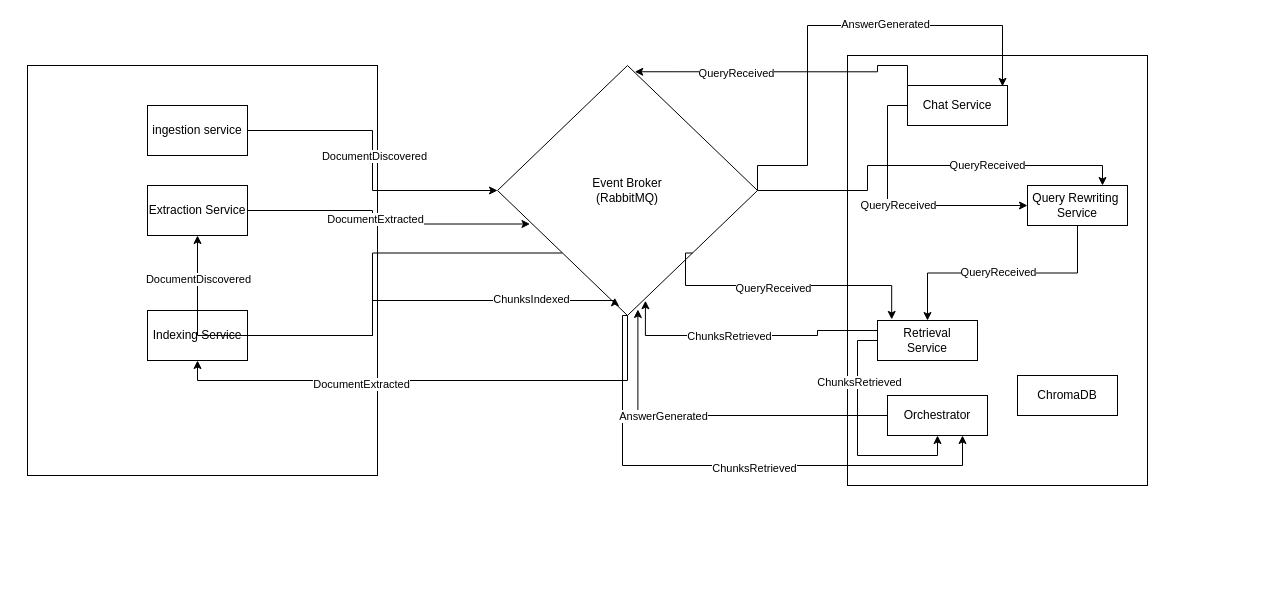
Earlier version of the draw.io diagram docs/events/Event Flow Diagram.drawio (DominykasPivo/MARP-Guide-RAG-Chatbot). Source tidied: cells renumbered, new cells numbered last; positions are measured from the earlier drawing's top-left corner, leaving out a move shared by most shapes. Both pictures are drawn from the tidied source at 100%, with x=0, y=0 at pixel (27, 25).
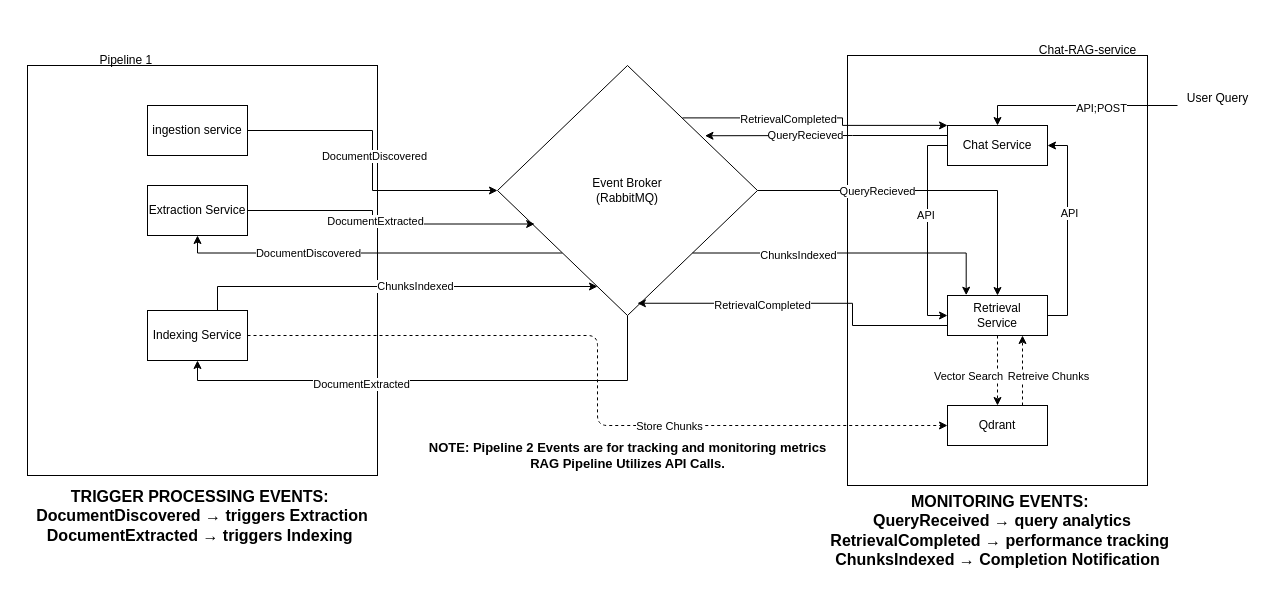
The same diagram, later.

The change refers to these unchanged cells:
```xml
<mxCell id="7" value="Extraction Service" style="rounded=0;whiteSpace=wrap;html=1;" parent="1" vertex="1">
  <mxGeometry x="120" y="160" width="100" height="50" as="geometry" />
</mxCell>
<mxCell id="8" value="Indexing Service" style="rounded=0;whiteSpace=wrap;html=1;" parent="1" vertex="1">
  <mxGeometry x="120" y="285" width="100" height="50" as="geometry" />
</mxCell>
<mxCell id="17" value="Event Broker&lt;br&gt;(RabbitMQ)" style="rhombus;whiteSpace=wrap;html=1;" parent="1" vertex="1">
  <mxGeometry x="470" y="40" width="260" height="250" as="geometry" />
</mxCell>
```

Change to the diagram source:
```diff
@@
+    <mxCell id="43" style="edgeStyle=orthogonalEdgeStyle;rounded=1;jettySize=auto;html=1;exitX=1;exitY=0.5;exitDx=0;exitDy=0;entryX=0;entryY=0.5;entryDx=0;entryDy=0;curved=0;dashed=1;" parent="1" edge="1" source="8" target="62">
+      <mxGeometry relative="1" as="geometry" />
+    </mxCell>
+    <mxCell id="44" value="Store Chunks" style="edgeLabel;html=1;align=center;verticalAlign=middle;" parent="43" vertex="1">
+      <mxGeometry x="0.63" y="-1" relative="1" as="geometry">
+        <mxPoint x="-133" y="-1" as="offset" />
+      </mxGeometry>
+    </mxCell>
@@
     <mxCell id="9" style="edgeStyle=orthogonalEdgeStyle;rounded=0;jettySize=auto;html=1;exitX=0;exitY=1;exitDx=0;exitDy=0;entryX=0.5;entryY=1;entryDx=0;entryDy=0;" parent="1" edge="1" source="17" target="7">
-      <mxGeometry relative="1" as="geometry" />
+      <mxGeometry relative="1" as="geometry">
+        <Array as="points">
+          <mxPoint x="170" y="228" />
+        </Array>
+      </mxGeometry>
     </mxCell>
     <mxCell id="10" value="DocumentDiscovered" style="edgeLabel;html=1;align=center;verticalAlign=middle;" parent="9" vertex="1">
-      <mxGeometry x="0.84" relative="1" as="geometry" />
+      <mxGeometry x="0.84" relative="1" as="geometry">
+        <mxPoint x="97" as="offset" />
+      </mxGeometry>
     </mxCell>
@@
-    <mxCell id="13" style="edgeStyle=orthogonalEdgeStyle;rounded=0;jettySize=auto;html=1;entryX=0.75;entryY=0;entryDx=0;entryDy=0;" parent="1" edge="1" source="17" target="28">
-      <mxGeometry relative="1" as="geometry">
-        <Array as="points">
-          <mxPoint x="840" y="165" />
-          <mxPoint x="840" y="140" />
-          <mxPoint x="1075" y="140" />
-        </Array>
-      </mxGeometry>
-    </mxCell>
-    <mxCell id="14" value="QueryReceived" style="edgeLabel;html=1;align=center;verticalAlign=middle;" parent="13" vertex="1">
-      <mxGeometry x="0.3" y="1" relative="1" as="geometry" />
-    </mxCell>
-    <mxCell id="15" style="edgeStyle=orthogonalEdgeStyle;rounded=0;jettySize=auto;html=1;exitX=0.5;exitY=1;exitDx=0;exitDy=0;entryX=0.75;entryY=1;entryDx=0;entryDy=0;" parent="1" edge="1" source="17" target="32">
-      <mxGeometry relative="1" as="geometry">
-        <Array as="points">
-          <mxPoint x="595" y="440" />
-          <mxPoint x="935" y="440" />
-        </Array>
-      </mxGeometry>
-    </mxCell>
-    <mxCell id="16" value="ChunksRetrieved" style="edgeLabel;html=1;align=center;verticalAlign=middle;" parent="15" vertex="1">
-      <mxGeometry x="0.09" y="-2" relative="1" as="geometry" />
-    </mxCell>
+    <mxCell id="45" style="edgeStyle=orthogonalEdgeStyle;rounded=0;jettySize=auto;html=1;exitX=1;exitY=0.5;exitDx=0;exitDy=0;entryX=0.5;entryY=0;entryDx=0;entryDy=0;" parent="1" edge="1" source="17" target="31">
+      <mxGeometry relative="1" as="geometry" />
+    </mxCell>
+    <mxCell id="46" value="QueryRecieved" style="edgeLabel;html=1;align=center;verticalAlign=middle;" parent="45" vertex="1">
+      <mxGeometry x="-0.31" relative="1" as="geometry" />
+    </mxCell>
@@
-    <mxCell id="18" style="edgeStyle=orthogonalEdgeStyle;rounded=0;jettySize=auto;html=1;exitX=1;exitY=0.5;exitDx=0;exitDy=0;entryX=0.125;entryY=0.634;entryDx=0;entryDy=0;entryPerimeter=0;" parent="1" edge="1" source="7" target="17">
+    <mxCell id="18" style="edgeStyle=orthogonalEdgeStyle;rounded=0;jettySize=auto;html=1;exitX=1;exitY=0.5;exitDx=0;exitDy=0;entryX=0.143;entryY=0.634;entryDx=0;entryDy=0;entryPerimeter=0;" parent="1" edge="1" source="7" target="17">
       <mxGeometry relative="1" as="geometry" />
     </mxCell>
@@
-    <mxCell id="20" style="edgeStyle=orthogonalEdgeStyle;rounded=0;jettySize=auto;html=1;entryX=0.451;entryY=0.929;entryDx=0;entryDy=0;entryPerimeter=0;" parent="1" edge="1" source="8" target="17">
-      <mxGeometry relative="1" as="geometry">
-        <Array as="points">
-          <mxPoint x="345" y="310" />
-          <mxPoint x="345" y="275" />
-          <mxPoint x="587" y="275" />
-        </Array>
-      </mxGeometry>
-    </mxCell>
-    <mxCell id="21" value="ChunksIndexed" style="edgeLabel;html=1;align=center;verticalAlign=middle;" parent="20" vertex="1">
-      <mxGeometry x="0.57" y="2" relative="1" as="geometry" />
-    </mxCell>
-    <mxCell id="22" value="ChromaDB" style="rounded=0;whiteSpace=wrap;html=1;" parent="1" vertex="1">
-      <mxGeometry x="990" y="350" width="100" height="40" as="geometry" />
-    </mxCell>
-    <mxCell id="23" style="edgeStyle=orthogonalEdgeStyle;rounded=0;jettySize=auto;html=1;exitX=0;exitY=0.5;exitDx=0;exitDy=0;entryX=0;entryY=0.5;entryDx=0;entryDy=0;" parent="1" edge="1" source="25" target="28">
-      <mxGeometry relative="1" as="geometry" />
-    </mxCell>
-    <mxCell id="24" value="QueryReceived" style="edgeLabel;html=1;align=center;verticalAlign=middle;" parent="23" vertex="1">
-      <mxGeometry y="1" relative="1" as="geometry" />
-    </mxCell>
+    <mxCell id="47" style="edgeStyle=orthogonalEdgeStyle;rounded=0;jettySize=auto;html=1;exitX=0;exitY=0.5;exitDx=0;exitDy=0;entryX=0;entryY=0.5;entryDx=0;entryDy=0;" parent="1" edge="1" source="25" target="31">
+      <mxGeometry relative="1" as="geometry" />
+    </mxCell>
+    <mxCell id="48" value="API&amp;nbsp;" style="edgeLabel;html=1;align=center;verticalAlign=middle;" parent="47" vertex="1">
+      <mxGeometry x="-0.15" y="-1" relative="1" as="geometry" />
+    </mxCell>
     <mxCell id="25" value="Chat Service" style="rounded=0;whiteSpace=wrap;html=1;" parent="1" vertex="1">
-      <mxGeometry x="880" y="60" width="100" height="40" as="geometry" />
+      <mxGeometry x="920" y="100" width="100" height="40" as="geometry" />
     </mxCell>
-    <mxCell id="26" style="edgeStyle=orthogonalEdgeStyle;rounded=0;jettySize=auto;html=1;exitX=0.5;exitY=1;exitDx=0;exitDy=0;" parent="1" edge="1" source="28" target="31">
-      <mxGeometry relative="1" as="geometry" />
-    </mxCell>
-    <mxCell id="27" value="QueryReceived" style="edgeLabel;html=1;align=center;verticalAlign=middle;" parent="26" vertex="1">
-      <mxGeometry x="0.04" relative="1" as="geometry">
-        <mxPoint y="-1" as="offset" />
-      </mxGeometry>
-    </mxCell>
-    <mxCell id="28" value="Query Rewriting&amp;nbsp;&lt;br&gt;Service" style="rounded=0;whiteSpace=wrap;html=1;" parent="1" vertex="1">
-      <mxGeometry x="1000" y="160" width="100" height="40" as="geometry" />
-    </mxCell>
-    <mxCell id="29" style="edgeStyle=orthogonalEdgeStyle;rounded=0;jettySize=auto;html=1;exitX=0;exitY=0.5;exitDx=0;exitDy=0;entryX=0.5;entryY=1;entryDx=0;entryDy=0;" parent="1" edge="1" source="31" target="32">
-      <mxGeometry relative="1" as="geometry" />
-    </mxCell>
-    <mxCell id="30" value="ChunksRetrieved" style="edgeLabel;html=1;align=center;verticalAlign=middle;" parent="29" vertex="1">
-      <mxGeometry x="-0.29" y="1" relative="1" as="geometry">
-        <mxPoint y="-22" as="offset" />
-      </mxGeometry>
-    </mxCell>
+    <mxCell id="49" style="edgeStyle=orthogonalEdgeStyle;rounded=0;jettySize=auto;html=1;exitX=1;exitY=0.5;exitDx=0;exitDy=0;entryX=1;entryY=0.5;entryDx=0;entryDy=0;" parent="1" edge="1" source="31" target="25">
+      <mxGeometry relative="1" as="geometry" />
+    </mxCell>
+    <mxCell id="50" value="API" style="edgeLabel;html=1;align=center;verticalAlign=middle;" parent="49" vertex="1">
+      <mxGeometry x="0.17" y="-1" relative="1" as="geometry" />
+    </mxCell>
+    <mxCell id="51" style="edgeStyle=orthogonalEdgeStyle;rounded=0;jettySize=auto;html=1;dashed=1;" parent="1" edge="1" source="31" target="62">
+      <mxGeometry relative="1" as="geometry" />
+    </mxCell>
+    <mxCell id="52" value="Vector Search" style="edgeLabel;html=1;align=center;verticalAlign=middle;" parent="51" vertex="1">
+      <mxGeometry x="-0.21" relative="1" as="geometry">
+        <mxPoint x="-30" y="12" as="offset" />
+      </mxGeometry>
+    </mxCell>
     <mxCell id="31" value="Retrieval&lt;br&gt;Service" style="rounded=0;whiteSpace=wrap;html=1;" parent="1" vertex="1">
-      <mxGeometry x="850" y="295" width="100" height="40" as="geometry" />
+      <mxGeometry x="920" y="270" width="100" height="40" as="geometry" />
     </mxCell>
-    <mxCell id="32" value="Orchestrator" style="rounded=0;whiteSpace=wrap;html=1;" parent="1" vertex="1">
-      <mxGeometry x="860" y="370" width="100" height="40" as="geometry" />
-    </mxCell>
+    <mxCell id="53" value="Pipeline 1&amp;nbsp;" style="text;html=1;align=center;verticalAlign=middle;strokeColor=none;fillColor=none;" parent="1" vertex="1">
+      <mxGeometry x="60" y="20" width="80" height="30" as="geometry" />
+    </mxCell>
+    <mxCell id="54" value="Chat-RAG-service" style="text;html=1;align=center;verticalAlign=middle;strokeColor=none;fillColor=none;" parent="1" vertex="1">
+      <mxGeometry x="1000" y="10" width="120" height="30" as="geometry" />
+    </mxCell>
+    <mxCell id="55" style="edgeStyle=orthogonalEdgeStyle;rounded=0;jettySize=auto;html=1;exitX=1;exitY=0;exitDx=0;exitDy=0;" parent="1" edge="1" source="8">
+      <mxGeometry relative="1" as="geometry">
+        <mxPoint x="570" y="261" as="targetPoint" />
+        <Array as="points">
+          <mxPoint x="190" y="285" />
+          <mxPoint x="190" y="261" />
+        </Array>
+      </mxGeometry>
+    </mxCell>
+    <mxCell id="56" value="ChunksIndexed" style="edgeLabel;html=1;align=center;verticalAlign=middle;" parent="55" vertex="1">
+      <mxGeometry x="0.17" y="-4" relative="1" as="geometry">
+        <mxPoint x="-3" y="-5" as="offset" />
+      </mxGeometry>
+    </mxCell>
+    <mxCell id="57" style="edgeStyle=orthogonalEdgeStyle;rounded=0;jettySize=auto;html=1;entryX=0.5;entryY=0;entryDx=0;entryDy=0;" parent="1" edge="1" source="59" target="25">
+      <mxGeometry relative="1" as="geometry" />
+    </mxCell>
+    <mxCell id="58" value="API;POST" style="edgeLabel;html=1;align=center;verticalAlign=middle;" parent="57" vertex="1">
+      <mxGeometry x="-0.23" y="2" relative="1" as="geometry" />
+    </mxCell>
+    <mxCell id="59" value="User Query&lt;div&gt;&lt;br&gt;&lt;/div&gt;" style="text;html=1;align=center;verticalAlign=middle;points=[];strokeColor=none;fillColor=none;" parent="1" vertex="1">
+      <mxGeometry x="1150" y="60" width="80" height="40" as="geometry" />
+    </mxCell>
+    <mxCell id="60" style="edgeStyle=orthogonalEdgeStyle;rounded=0;jettySize=auto;html=1;exitX=0.75;exitY=0;exitDx=0;exitDy=0;entryX=0.75;entryY=1;entryDx=0;entryDy=0;dashed=1;" parent="1" edge="1" source="62" target="31">
+      <mxGeometry relative="1" as="geometry" />
+    </mxCell>
+    <mxCell id="61" value="Retreive Chunks" style="edgeLabel;html=1;align=center;verticalAlign=middle;" parent="60" vertex="1">
+      <mxGeometry x="0.07" y="-2" relative="1" as="geometry">
+        <mxPoint x="23" y="7" as="offset" />
+      </mxGeometry>
+    </mxCell>
+    <mxCell id="62" value="Qdrant" style="rounded=0;whiteSpace=wrap;html=1;" parent="1" vertex="1">
+      <mxGeometry x="920" y="380" width="100" height="40" as="geometry" />
+    </mxCell>
+    <mxCell id="63" value="&lt;font style=&quot;font-size: 13px;&quot;&gt;&lt;b style=&quot;&quot;&gt;NOTE: Pipeline 2 Events are for tracking and monitoring metrics&lt;br&gt;RAG Pipeline Utilizes API Calls.&lt;/b&gt;&lt;/font&gt;" style="text;html=1;align=center;verticalAlign=middle;strokeColor=none;fillColor=none;" parent="1" vertex="1">
+      <mxGeometry x="390" y="410" width="420" height="40" as="geometry" />
+    </mxCell>
+    <mxCell id="64" value="&lt;b&gt;&lt;font style=&quot;font-size: 16px;&quot;&gt;&amp;nbsp;MONITORING EVENTS:&lt;/font&gt;&lt;/b&gt;&lt;div&gt;&lt;b&gt;&lt;font style=&quot;font-size: 16px;&quot;&gt;&amp;nbsp; QueryReceived → query analytics&lt;/font&gt;&lt;/b&gt;&lt;/div&gt;&lt;div&gt;&lt;b style=&quot;background-color: transparent; color: light-dark(rgb(0, 0, 0), rgb(255, 255, 255));&quot;&gt;&lt;font style=&quot;font-size: 16px;&quot;&gt;&amp;nbsp;RetrievalCompleted → performance tracking&lt;/font&gt;&lt;/b&gt;&lt;/div&gt;&lt;div&gt;&lt;b&gt;&lt;font style=&quot;font-size: 16px;&quot;&gt;ChunksIndexed → Completion Notification&lt;/font&gt;&lt;/b&gt;&lt;/div&gt;" style="text;html=1;align=center;verticalAlign=middle;strokeColor=none;fillColor=none;" parent="1" vertex="1">
+      <mxGeometry x="785" y="460" width="370" height="90" as="geometry" />
+    </mxCell>
+    <mxCell id="65" value="&lt;b&gt;&lt;font style=&quot;font-size: 16px;&quot;&gt;&amp;nbsp;TRIGGER PROCESSING EVENTS:&lt;/font&gt;&lt;/b&gt;&lt;div&gt;&lt;b&gt;&lt;font style=&quot;font-size: 16px;&quot;&gt;&amp;nbsp; DocumentDiscovered → triggers Extraction&lt;/font&gt;&lt;/b&gt;&lt;/div&gt;&lt;div&gt;&lt;b&gt;&lt;font style=&quot;font-size: 16px;&quot;&gt;&amp;nbsp;DocumentExtracted → triggers Indexing&lt;/font&gt;&lt;/b&gt;&lt;/div&gt;&lt;div&gt;&lt;b&gt;&lt;font style=&quot;font-size: 16px;&quot;&gt;&amp;nbsp;&lt;/font&gt;&lt;/b&gt;&lt;/div&gt;" style="text;html=1;align=center;verticalAlign=middle;strokeColor=none;fillColor=none;" parent="1" vertex="1">
+      <mxGeometry x="-10" y="455" width="360" height="90" as="geometry" />
+    </mxCell>
+    <mxCell id="35" style="edgeStyle=orthogonalEdgeStyle;rounded=0;jettySize=auto;html=1;exitX=0;exitY=0.75;exitDx=0;exitDy=0;entryX=0.538;entryY=0.951;entryDx=0;entryDy=0;entryPerimeter=0;" parent="1" edge="1" source="31" target="17">
+      <mxGeometry relative="1" as="geometry" />
+    </mxCell>
+    <mxCell id="66" value="RetrievalCompleted" style="edgeLabel;html=1;align=center;verticalAlign=middle;" parent="35" vertex="1">
+      <mxGeometry x="0.25" y="2" relative="1" as="geometry" />
+    </mxCell>
+    <mxCell id="67" style="edgeStyle=orthogonalEdgeStyle;rounded=0;orthogonalLoop=1;jettySize=auto;html=1;exitX=1;exitY=0;exitDx=0;exitDy=0;entryX=0.1;entryY=0.25;entryDx=0;entryDy=0;entryPerimeter=0;" parent="1" edge="1">
+      <mxGeometry relative="1" as="geometry">
+        <mxPoint x="655" y="92.4" as="sourcePoint" />
+        <mxPoint x="920" y="99.9" as="targetPoint" />
+        <Array as="points">
+          <mxPoint x="815" y="92.9" />
+          <mxPoint x="815" y="99.9" />
+        </Array>
+      </mxGeometry>
+    </mxCell>
+    <mxCell id="68" value="RetrievalCompleted" style="edgeLabel;html=1;align=center;verticalAlign=middle;" parent="67" vertex="1">
+      <mxGeometry x="-0.24" y="-1" relative="1" as="geometry">
+        <mxPoint x="1" as="offset" />
+      </mxGeometry>
+    </mxCell>
-    <mxCell id="33" style="edgeStyle=orthogonalEdgeStyle;rounded=0;jettySize=auto;html=1;exitX=0;exitY=0;exitDx=0;exitDy=0;entryX=0.528;entryY=0.025;entryDx=0;entryDy=0;entryPerimeter=0;" parent="1" edge="1" source="25" target="17">
-      <mxGeometry relative="1" as="geometry">
-        <Array as="points">
-          <mxPoint x="880" y="40" />
-          <mxPoint x="850" y="40" />
-          <mxPoint x="850" y="46" />
-        </Array>
-      </mxGeometry>
+    <mxCell id="33" style="edgeStyle=orthogonalEdgeStyle;rounded=0;jettySize=auto;html=1;exitX=0;exitY=0.25;exitDx=0;exitDy=0;entryX=0.798;entryY=0.281;entryDx=0;entryDy=0;entryPerimeter=0;" parent="1" edge="1" source="25" target="17">
+      <mxGeometry relative="1" as="geometry" />
     </mxCell>
-    <mxCell id="34" value="QueryReceived" style="edgeLabel;html=1;align=center;verticalAlign=middle;" parent="33" vertex="1">
-      <mxGeometry x="0.32" y="1" relative="1" as="geometry">
-        <mxPoint x="-1" as="offset" />
-      </mxGeometry>
-    </mxCell>
-    <mxCell id="35" style="edgeStyle=orthogonalEdgeStyle;rounded=0;jettySize=auto;html=1;exitX=0;exitY=0.25;exitDx=0;exitDy=0;entryX=0.569;entryY=0.941;entryDx=0;entryDy=0;entryPerimeter=0;" parent="1" edge="1" source="31" target="17">
-      <mxGeometry relative="1" as="geometry" />
-    </mxCell>
-    <mxCell id="36" value="ChunksRetrieved" style="edgeLabel;html=1;align=center;verticalAlign=middle;" parent="35" vertex="1">
-      <mxGeometry x="0.62" y="3" relative="1" as="geometry">
-        <mxPoint x="66" y="-3" as="offset" />
-      </mxGeometry>
-    </mxCell>
-    <mxCell id="37" style="edgeStyle=orthogonalEdgeStyle;rounded=0;jettySize=auto;html=1;exitX=0;exitY=0.5;exitDx=0;exitDy=0;entryX=0.54;entryY=0.976;entryDx=0;entryDy=0;entryPerimeter=0;" parent="1" edge="1" source="32" target="17">
-      <mxGeometry relative="1" as="geometry" />
-    </mxCell>
-    <mxCell id="38" value="AnswerGenerated" style="edgeLabel;html=1;align=center;verticalAlign=middle;" parent="37" vertex="1">
-      <mxGeometry x="0.27" relative="1" as="geometry">
-        <mxPoint x="1" as="offset" />
-      </mxGeometry>
-    </mxCell>
-    <mxCell id="39" style="edgeStyle=orthogonalEdgeStyle;rounded=0;jettySize=auto;html=1;exitX=1;exitY=1;exitDx=0;exitDy=0;entryX=0.142;entryY=-0.027;entryDx=0;entryDy=0;entryPerimeter=0;" parent="1" edge="1" source="17" target="31">
-      <mxGeometry relative="1" as="geometry">
-        <Array as="points">
-          <mxPoint x="658" y="260" />
-          <mxPoint x="864" y="260" />
-        </Array>
-      </mxGeometry>
-    </mxCell>
-    <mxCell id="40" value="QueryReceived" style="edgeLabel;html=1;align=center;verticalAlign=middle;" parent="39" vertex="1">
-      <mxGeometry x="-0.09" y="-2" relative="1" as="geometry" />
-    </mxCell>
-    <mxCell id="41" style="edgeStyle=orthogonalEdgeStyle;rounded=0;jettySize=auto;html=1;exitX=1;exitY=0.5;exitDx=0;exitDy=0;entryX=0.95;entryY=0.021;entryDx=0;entryDy=0;entryPerimeter=0;" parent="1" edge="1" source="17" target="25">
-      <mxGeometry relative="1" as="geometry">
-        <Array as="points">
-          <mxPoint x="730" y="140" />
-          <mxPoint x="780" y="140" />
-          <mxPoint x="780" />
-          <mxPoint x="975" />
-        </Array>
-      </mxGeometry>
-    </mxCell>
-    <mxCell id="42" value="AnswerGenerated" style="edgeLabel;html=1;align=center;verticalAlign=middle;" parent="41" vertex="1">
-      <mxGeometry x="0.24" y="2" relative="1" as="geometry" />
-    </mxCell>
+    <mxCell id="69" value="QueryRecieved" style="edgeLabel;html=1;align=center;verticalAlign=middle;" parent="33" vertex="1">
+      <mxGeometry x="0.18" y="-1" relative="1" as="geometry" />
+    </mxCell>
+    <mxCell id="70" style="edgeStyle=orthogonalEdgeStyle;rounded=0;jettySize=auto;html=1;exitX=1;exitY=1;exitDx=0;exitDy=0;entryX=0.187;entryY=-0.007;entryDx=0;entryDy=0;entryPerimeter=0;" parent="1" edge="1" source="17" target="31">
+      <mxGeometry relative="1" as="geometry" />
+    </mxCell>
+    <mxCell id="71" value="ChunksIndexed" style="edgeLabel;html=1;align=center;verticalAlign=middle;" parent="70" vertex="1">
+      <mxGeometry x="-0.19" y="-2" relative="1" as="geometry">
+        <mxPoint x="-23" as="offset" />
+      </mxGeometry>
+    </mxCell>
```
